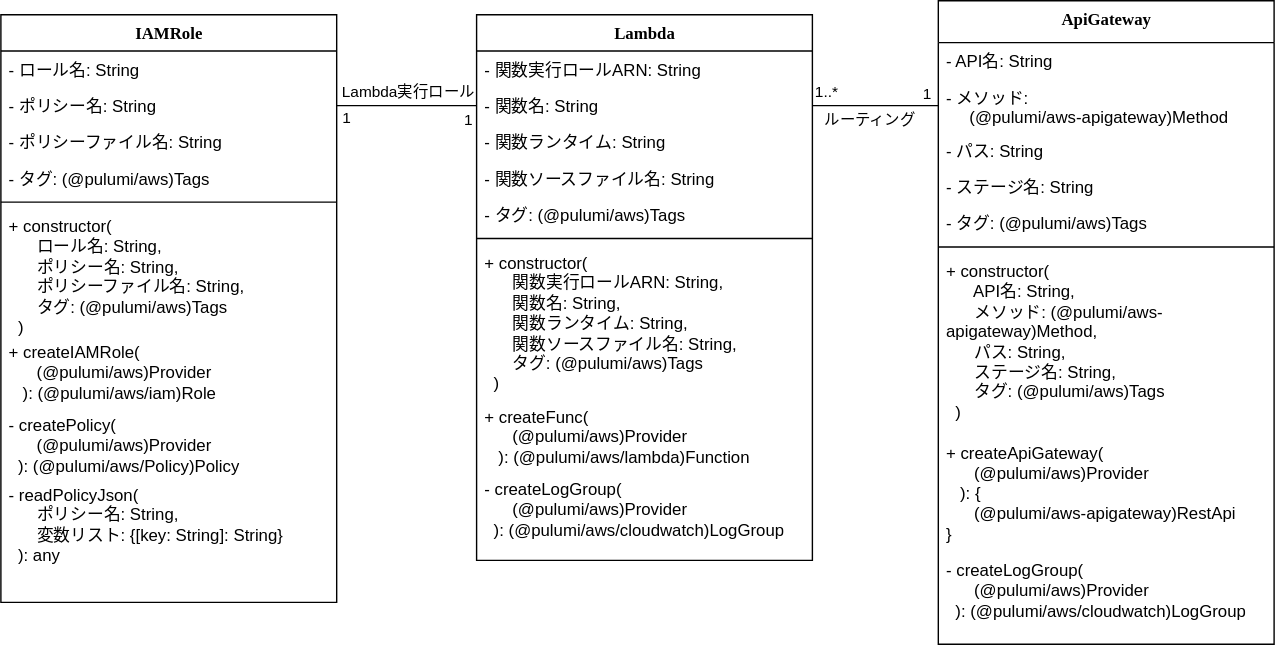
This is .docs/PicToTextInfraClass.drawio.svg from takata-kento/InfraPicToTxt, a draw.io export, as it was before one commit. Source tidied: cells renumbered, new cells last; positions are measured from the earlier drawing's top-left corner, leaving out a move shared by most shapes.
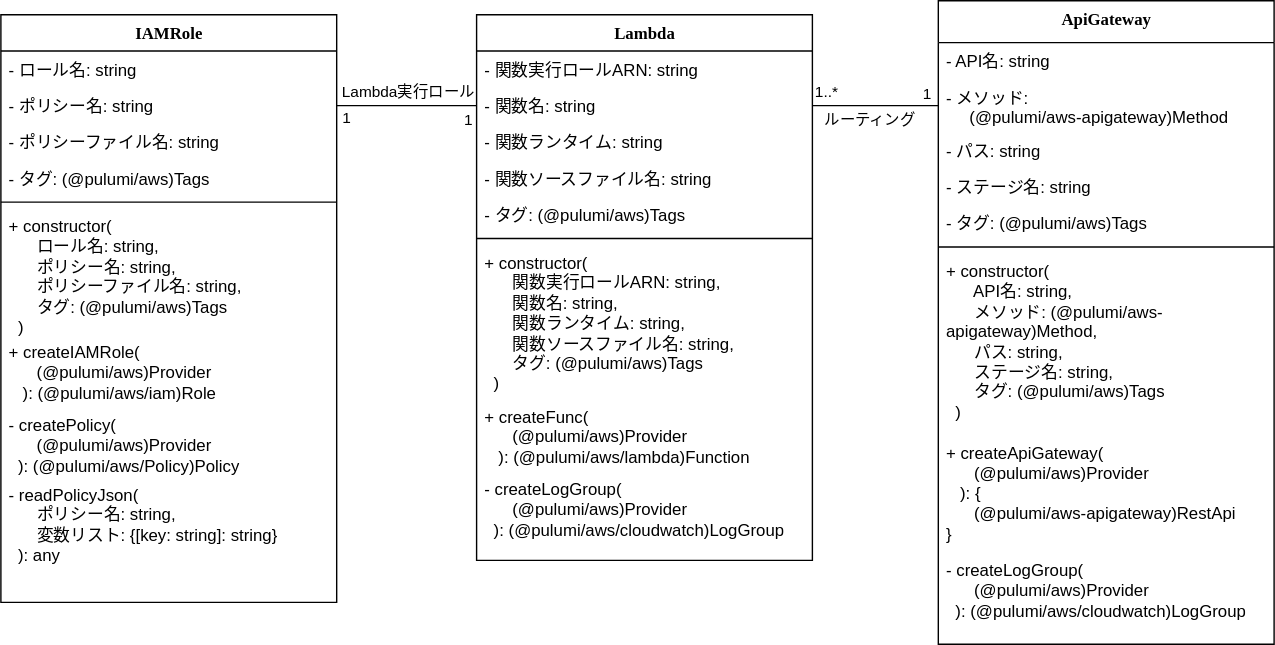
After the commit.

Commit message:
String型になっていたものをすべてstring型に変更

What changed in the source:
```diff
@@ -5,16 +5,16 @@
     <mxCell id="2" value="Lambda" style="swimlane;html=1;fontStyle=1;align=center;verticalAlign=top;horizontal=1;startSize=26;swimlaneFillColor=#ffffff;rounded=0;shadow=0;comic=0;labelBackgroundColor=none;strokeWidth=1;fillColor=none;fontFamily=Verdana;fontSize=12;" parent="1" vertex="1">
       <mxGeometry x="340" y="10" width="240" height="390" as="geometry" />
     </mxCell>
-    <mxCell id="3" value="- 関数実行ロールARN: String" style="text;html=1;strokeColor=none;fillColor=none;align=left;verticalAlign=top;spacingLeft=4;spacingRight=4;whiteSpace=wrap;overflow=hidden;" parent="2" vertex="1">
+    <mxCell id="3" value="- 関数実行ロールARN: string" style="text;html=1;strokeColor=none;fillColor=none;align=left;verticalAlign=top;spacingLeft=4;spacingRight=4;whiteSpace=wrap;overflow=hidden;" parent="2" vertex="1">
       <mxGeometry y="26" width="240" height="26" as="geometry" />
     </mxCell>
-    <mxCell id="4" value="- 関数名: String" style="text;html=1;strokeColor=none;fillColor=none;align=left;verticalAlign=top;spacingLeft=4;spacingRight=4;whiteSpace=wrap;overflow=hidden;points=[[0,0.5],[1,0.5]];portConstraint=eastwest;" parent="2" vertex="1">
+    <mxCell id="4" value="- 関数名: string" style="text;html=1;strokeColor=none;fillColor=none;align=left;verticalAlign=top;spacingLeft=4;spacingRight=4;whiteSpace=wrap;overflow=hidden;points=[[0,0.5],[1,0.5]];portConstraint=eastwest;" parent="2" vertex="1">
       <mxGeometry y="52" width="240" height="26" as="geometry" />
     </mxCell>
-    <mxCell id="5" value="- 関数ランタイム: String" style="text;html=1;strokeColor=none;fillColor=none;align=left;verticalAlign=top;spacingLeft=4;spacingRight=4;whiteSpace=wrap;overflow=hidden;" parent="2" vertex="1">
+    <mxCell id="5" value="- 関数ランタイム: string" style="text;html=1;strokeColor=none;fillColor=none;align=left;verticalAlign=top;spacingLeft=4;spacingRight=4;whiteSpace=wrap;overflow=hidden;" parent="2" vertex="1">
       <mxGeometry y="78" width="240" height="26" as="geometry" />
     </mxCell>
-    <mxCell id="6" value="- 関数ソースファイル名: String" style="text;html=1;strokeColor=none;fillColor=none;align=left;verticalAlign=top;spacingLeft=4;spacingRight=4;whiteSpace=wrap;overflow=hidden;" parent="2" vertex="1">
+    <mxCell id="6" value="- 関数ソースファイル名: string" style="text;html=1;strokeColor=none;fillColor=none;align=left;verticalAlign=top;spacingLeft=4;spacingRight=4;whiteSpace=wrap;overflow=hidden;" parent="2" vertex="1">
       <mxGeometry y="104" width="240" height="26" as="geometry" />
     </mxCell>
     <mxCell id="7" value="- タグ: (@pulumi/aws)Tags" style="text;html=1;strokeColor=none;fillColor=none;align=left;verticalAlign=top;spacingLeft=4;spacingRight=4;whiteSpace=wrap;overflow=hidden;" parent="2" vertex="1">
@@ -23,7 +23,7 @@
     <mxCell id="8" style="line;html=1;strokeWidth=1;fillColor=none;align=left;verticalAlign=middle;spacingTop=-1;spacingLeft=3;spacingRight=3;labelPosition=right;" parent="2" vertex="1">
       <mxGeometry y="156" width="240" height="8" as="geometry" />
     </mxCell>
-    <mxCell id="9" value="+ constructor(&lt;div&gt;&amp;nbsp; &amp;nbsp; &amp;nbsp; 関数実行ロールARN: String,&lt;/div&gt;&lt;div&gt;&amp;nbsp; &amp;nbsp; &amp;nbsp; 関数名: String,&lt;/div&gt;&lt;div&gt;&amp;nbsp; &amp;nbsp; &amp;nbsp; 関数ランタイム: String,&lt;/div&gt;&lt;div&gt;&amp;nbsp; &amp;nbsp; &amp;nbsp; 関数ソースファイル名: String,&lt;br&gt;&lt;/div&gt;&lt;div&gt;&amp;nbsp; &amp;nbsp; &amp;nbsp; タグ:&amp;nbsp;&lt;span style=&quot;background-color: initial;&quot;&gt;(@pulumi/aws)Tags&lt;/span&gt;&lt;/div&gt;&lt;div&gt;&amp;nbsp; )&lt;/div&gt;" style="text;html=1;strokeColor=none;fillColor=none;align=left;verticalAlign=top;spacingLeft=4;spacingRight=4;whiteSpace=wrap;overflow=hidden;" parent="2" vertex="1">
+    <mxCell id="9" value="+ constructor(&lt;div&gt;&amp;nbsp; &amp;nbsp; &amp;nbsp; 関数実行ロールARN: string,&lt;/div&gt;&lt;div&gt;&amp;nbsp; &amp;nbsp; &amp;nbsp; 関数名: string,&lt;/div&gt;&lt;div&gt;&amp;nbsp; &amp;nbsp; &amp;nbsp; 関数ランタイム: string,&lt;/div&gt;&lt;div&gt;&amp;nbsp; &amp;nbsp; &amp;nbsp; 関数ソースファイル名: string,&lt;br&gt;&lt;/div&gt;&lt;div&gt;&amp;nbsp; &amp;nbsp; &amp;nbsp; タグ:&amp;nbsp;&lt;span style=&quot;background-color: initial;&quot;&gt;(@pulumi/aws)Tags&lt;/span&gt;&lt;/div&gt;&lt;div&gt;&amp;nbsp; )&lt;/div&gt;" style="text;html=1;strokeColor=none;fillColor=none;align=left;verticalAlign=top;spacingLeft=4;spacingRight=4;whiteSpace=wrap;overflow=hidden;" parent="2" vertex="1">
       <mxGeometry y="164" width="240" height="110" as="geometry" />
     </mxCell>
     <mxCell id="10" value="+ createFunc(&lt;div&gt;&amp;nbsp; &amp;nbsp; &amp;nbsp; (@pulumi/aws)Provider&lt;/div&gt;&lt;div&gt;&amp;nbsp; &amp;nbsp;): (@pulumi/aws/lambda)Function&lt;/div&gt;" style="text;html=1;strokeColor=none;fillColor=none;align=left;verticalAlign=top;spacingLeft=4;spacingRight=4;whiteSpace=wrap;overflow=hidden;" parent="2" vertex="1">
@@ -45,16 +45,16 @@
     <mxCell id="14" value="&lt;div&gt;ApiGateway&lt;/div&gt;" style="swimlane;html=1;fontStyle=1;align=center;verticalAlign=top;horizontal=1;startSize=30;swimlaneFillColor=#ffffff;rounded=0;shadow=0;comic=0;labelBackgroundColor=none;strokeWidth=1;fillColor=none;fontFamily=Verdana;fontSize=12;" parent="1" vertex="1">
       <mxGeometry x="670" width="240" height="460" as="geometry" />
     </mxCell>
-    <mxCell id="15" value="- API名: String" style="text;html=1;strokeColor=none;fillColor=none;align=left;verticalAlign=top;spacingLeft=4;spacingRight=4;whiteSpace=wrap;overflow=hidden;" parent="14" vertex="1">
+    <mxCell id="15" value="- API名: string" style="text;html=1;strokeColor=none;fillColor=none;align=left;verticalAlign=top;spacingLeft=4;spacingRight=4;whiteSpace=wrap;overflow=hidden;" parent="14" vertex="1">
       <mxGeometry y="30" width="240" height="26" as="geometry" />
     </mxCell>
     <mxCell id="16" value="- メソッド:&lt;div&gt;&amp;nbsp; &amp;nbsp; &amp;nbsp;(@pulumi/aws-apigateway)Method&lt;/div&gt;" style="text;html=1;strokeColor=none;fillColor=none;align=left;verticalAlign=top;spacingLeft=4;spacingRight=4;whiteSpace=wrap;overflow=hidden;points=[[0,0.5],[1,0.5]];portConstraint=eastwest;" parent="14" vertex="1">
       <mxGeometry y="56" width="240" height="38" as="geometry" />
     </mxCell>
-    <mxCell id="17" value="- パス: String" style="text;html=1;strokeColor=none;fillColor=none;align=left;verticalAlign=top;spacingLeft=4;spacingRight=4;whiteSpace=wrap;overflow=hidden;" parent="14" vertex="1">
+    <mxCell id="17" value="- パス: string" style="text;html=1;strokeColor=none;fillColor=none;align=left;verticalAlign=top;spacingLeft=4;spacingRight=4;whiteSpace=wrap;overflow=hidden;" parent="14" vertex="1">
       <mxGeometry y="94" width="240" height="26" as="geometry" />
     </mxCell>
-    <mxCell id="18" value="- ステージ名: String" style="text;html=1;strokeColor=none;fillColor=none;align=left;verticalAlign=top;spacingLeft=4;spacingRight=4;whiteSpace=wrap;overflow=hidden;" parent="14" vertex="1">
+    <mxCell id="18" value="- ステージ名: string" style="text;html=1;strokeColor=none;fillColor=none;align=left;verticalAlign=top;spacingLeft=4;spacingRight=4;whiteSpace=wrap;overflow=hidden;" parent="14" vertex="1">
       <mxGeometry y="120" width="240" height="26" as="geometry" />
     </mxCell>
     <mxCell id="19" value="- タグ: (@pulumi/aws)Tags" style="text;html=1;strokeColor=none;fillColor=none;align=left;verticalAlign=top;spacingLeft=4;spacingRight=4;whiteSpace=wrap;overflow=hidden;" parent="14" vertex="1">
@@ -63,7 +63,7 @@
     <mxCell id="20" style="line;html=1;strokeWidth=1;fillColor=none;align=left;verticalAlign=middle;spacingTop=-1;spacingLeft=3;spacingRight=3;labelPosition=right;" parent="14" vertex="1">
       <mxGeometry y="172" width="240" height="8" as="geometry" />
     </mxCell>
-    <mxCell id="21" value="+ constructor(&lt;div&gt;&amp;nbsp; &amp;nbsp; &amp;nbsp; API名: String,&lt;/div&gt;&lt;div&gt;&amp;nbsp; &amp;nbsp; &amp;nbsp; メソッド: (@pulumi/aws-apigateway)Method,&lt;/div&gt;&lt;div&gt;&amp;nbsp; &amp;nbsp; &amp;nbsp; パス: String,&lt;/div&gt;&lt;div&gt;&amp;nbsp; &amp;nbsp; &amp;nbsp; ステージ名: String,&lt;br&gt;&lt;/div&gt;&lt;div&gt;&amp;nbsp; &amp;nbsp; &amp;nbsp; タグ:&amp;nbsp;&lt;span style=&quot;background-color: initial;&quot;&gt;(@pulumi/aws)Tags&lt;/span&gt;&lt;/div&gt;&lt;div&gt;&amp;nbsp; )&lt;/div&gt;" style="text;html=1;strokeColor=none;fillColor=none;align=left;verticalAlign=top;spacingLeft=4;spacingRight=4;whiteSpace=wrap;overflow=hidden;" parent="14" vertex="1">
+    <mxCell id="21" value="+ constructor(&lt;div&gt;&amp;nbsp; &amp;nbsp; &amp;nbsp; API名: string,&lt;/div&gt;&lt;div&gt;&amp;nbsp; &amp;nbsp; &amp;nbsp; メソッド: (@pulumi/aws-apigateway)Method,&lt;/div&gt;&lt;div&gt;&amp;nbsp; &amp;nbsp; &amp;nbsp; パス: string,&lt;/div&gt;&lt;div&gt;&amp;nbsp; &amp;nbsp; &amp;nbsp; ステージ名: string,&lt;br&gt;&lt;/div&gt;&lt;div&gt;&amp;nbsp; &amp;nbsp; &amp;nbsp; タグ:&amp;nbsp;&lt;span style=&quot;background-color: initial;&quot;&gt;(@pulumi/aws)Tags&lt;/span&gt;&lt;/div&gt;&lt;div&gt;&amp;nbsp; )&lt;/div&gt;" style="text;html=1;strokeColor=none;fillColor=none;align=left;verticalAlign=top;spacingLeft=4;spacingRight=4;whiteSpace=wrap;overflow=hidden;" parent="14" vertex="1">
       <mxGeometry y="180" width="240" height="130" as="geometry" />
     </mxCell>
     <mxCell id="22" value="+ createApiGateway(&lt;div&gt;&amp;nbsp; &amp;nbsp; &amp;nbsp; (@pulumi/aws)Provider&lt;/div&gt;&lt;div&gt;&amp;nbsp; &amp;nbsp;): {&lt;/div&gt;&lt;div&gt;&amp;nbsp; &amp;nbsp; &amp;nbsp; (@pulumi/aws-apigateway)RestApi&lt;/div&gt;&lt;div&gt;&lt;span style=&quot;background-color: initial;&quot;&gt;}&lt;/span&gt;&lt;/div&gt;" style="text;html=1;strokeColor=none;fillColor=none;align=left;verticalAlign=top;spacingLeft=4;spacingRight=4;whiteSpace=wrap;overflow=hidden;" parent="14" vertex="1">
@@ -93,13 +93,13 @@
     <mxCell id="28" value="IAMRole" style="swimlane;html=1;fontStyle=1;align=center;verticalAlign=top;horizontal=1;startSize=26;swimlaneFillColor=#ffffff;rounded=0;shadow=0;comic=0;labelBackgroundColor=none;strokeWidth=1;fillColor=none;fontFamily=Verdana;fontSize=12;" parent="1" vertex="1">
       <mxGeometry y="10" width="240" height="420" as="geometry" />
     </mxCell>
-    <mxCell id="29" value="- ロール名: String" style="text;html=1;strokeColor=none;fillColor=none;align=left;verticalAlign=top;spacingLeft=4;spacingRight=4;whiteSpace=wrap;overflow=hidden;" parent="28" vertex="1">
+    <mxCell id="29" value="- ロール名: string" style="text;html=1;strokeColor=none;fillColor=none;align=left;verticalAlign=top;spacingLeft=4;spacingRight=4;whiteSpace=wrap;overflow=hidden;" parent="28" vertex="1">
       <mxGeometry y="26" width="240" height="26" as="geometry" />
     </mxCell>
-    <mxCell id="30" value="- ポリシー名: String" style="text;html=1;strokeColor=none;fillColor=none;align=left;verticalAlign=top;spacingLeft=4;spacingRight=4;whiteSpace=wrap;overflow=hidden;points=[[0,0.5],[1,0.5]];portConstraint=eastwest;" parent="28" vertex="1">
+    <mxCell id="30" value="- ポリシー名: string" style="text;html=1;strokeColor=none;fillColor=none;align=left;verticalAlign=top;spacingLeft=4;spacingRight=4;whiteSpace=wrap;overflow=hidden;points=[[0,0.5],[1,0.5]];portConstraint=eastwest;" parent="28" vertex="1">
       <mxGeometry y="52" width="240" height="26" as="geometry" />
     </mxCell>
-    <mxCell id="31" value="- ポリシーファイル名:&amp;nbsp;&lt;span style=&quot;background-color: initial;&quot;&gt;String&lt;/span&gt;" style="text;html=1;strokeColor=none;fillColor=none;align=left;verticalAlign=top;spacingLeft=4;spacingRight=4;whiteSpace=wrap;overflow=hidden;" parent="28" vertex="1">
+    <mxCell id="31" value="- ポリシーファイル名: s&lt;span style=&quot;background-color: initial;&quot;&gt;tring&lt;/span&gt;" style="text;html=1;strokeColor=none;fillColor=none;align=left;verticalAlign=top;spacingLeft=4;spacingRight=4;whiteSpace=wrap;overflow=hidden;" parent="28" vertex="1">
       <mxGeometry y="78" width="240" height="26" as="geometry" />
     </mxCell>
     <mxCell id="32" value="- タグ: (@pulumi/aws)Tags" style="text;html=1;strokeColor=none;fillColor=none;align=left;verticalAlign=top;spacingLeft=4;spacingRight=4;whiteSpace=wrap;overflow=hidden;" parent="28" vertex="1">
@@ -108,7 +108,7 @@
     <mxCell id="33" style="line;html=1;strokeWidth=1;fillColor=none;align=left;verticalAlign=middle;spacingTop=-1;spacingLeft=3;spacingRight=3;labelPosition=right;" parent="28" vertex="1">
       <mxGeometry y="130" width="240" height="8" as="geometry" />
     </mxCell>
-    <mxCell id="34" value="+ constructor(&lt;div&gt;&amp;nbsp; &amp;nbsp; &amp;nbsp; ロール名: String,&lt;/div&gt;&lt;div&gt;&amp;nbsp; &amp;nbsp; &amp;nbsp; ポリシー名: String,&lt;/div&gt;&lt;div&gt;&amp;nbsp; &amp;nbsp; &amp;nbsp; ポリシーファイル名: String,&lt;/div&gt;&lt;div&gt;&amp;nbsp; &amp;nbsp; &amp;nbsp; タグ:&amp;nbsp;&lt;span style=&quot;background-color: initial;&quot;&gt;(@pulumi/aws)Tags&lt;/span&gt;&lt;/div&gt;&lt;div&gt;&amp;nbsp; )&lt;/div&gt;" style="text;html=1;strokeColor=none;fillColor=none;align=left;verticalAlign=top;spacingLeft=4;spacingRight=4;whiteSpace=wrap;overflow=hidden;" parent="28" vertex="1">
+    <mxCell id="34" value="+ constructor(&lt;div&gt;&amp;nbsp; &amp;nbsp; &amp;nbsp; ロール名: string,&lt;/div&gt;&lt;div&gt;&amp;nbsp; &amp;nbsp; &amp;nbsp; ポリシー名: string,&lt;/div&gt;&lt;div&gt;&amp;nbsp; &amp;nbsp; &amp;nbsp; ポリシーファイル名: string,&lt;/div&gt;&lt;div&gt;&amp;nbsp; &amp;nbsp; &amp;nbsp; タグ:&amp;nbsp;&lt;span style=&quot;background-color: initial;&quot;&gt;(@pulumi/aws)Tags&lt;/span&gt;&lt;/div&gt;&lt;div&gt;&amp;nbsp; )&lt;/div&gt;" style="text;html=1;strokeColor=none;fillColor=none;align=left;verticalAlign=top;spacingLeft=4;spacingRight=4;whiteSpace=wrap;overflow=hidden;" parent="28" vertex="1">
       <mxGeometry y="138" width="240" height="90" as="geometry" />
     </mxCell>
     <mxCell id="35" value="+ createIAMRole(&lt;div&gt;&amp;nbsp; &amp;nbsp; &amp;nbsp; (@pulumi/aws)Provider&lt;/div&gt;&lt;div&gt;&amp;nbsp; &amp;nbsp;): (@pulumi/aws/iam)Role&lt;/div&gt;" style="text;html=1;strokeColor=none;fillColor=none;align=left;verticalAlign=top;spacingLeft=4;spacingRight=4;whiteSpace=wrap;overflow=hidden;" parent="28" vertex="1">
@@ -117,7 +117,7 @@
     <mxCell id="36" value="- createPolicy(&lt;div&gt;&amp;nbsp; &amp;nbsp; &amp;nbsp; (@pulumi/aws)Provider&lt;/div&gt;&lt;div&gt;&amp;nbsp; ):&amp;nbsp;&lt;span style=&quot;background-color: initial;&quot;&gt;(@pulumi/aws/Policy)Policy&lt;/span&gt;&lt;/div&gt;" style="text;html=1;strokeColor=none;fillColor=none;align=left;verticalAlign=top;spacingLeft=4;spacingRight=4;whiteSpace=wrap;overflow=hidden;" parent="28" vertex="1">
       <mxGeometry y="280" width="240" height="50" as="geometry" />
     </mxCell>
-    <mxCell id="37" value="- readPolicyJson(&lt;div&gt;&amp;nbsp; &amp;nbsp; &amp;nbsp; ポリシー名: String,&lt;/div&gt;&lt;div&gt;&lt;span style=&quot;background-color: initial;&quot;&gt;&amp;nbsp; &amp;nbsp; &amp;nbsp; 変数リスト: {[key: String]: String}&lt;/span&gt;&lt;/div&gt;&lt;div&gt;&lt;span style=&quot;background-color: initial;&quot;&gt;&amp;nbsp; ): any&lt;/span&gt;&lt;/div&gt;" style="text;html=1;strokeColor=none;fillColor=none;align=left;verticalAlign=top;spacingLeft=4;spacingRight=4;whiteSpace=wrap;overflow=hidden;" parent="28" vertex="1">
+    <mxCell id="37" value="- readPolicyJson(&lt;div&gt;&amp;nbsp; &amp;nbsp; &amp;nbsp; ポリシー名: string,&lt;/div&gt;&lt;div&gt;&lt;span style=&quot;background-color: initial;&quot;&gt;&amp;nbsp; &amp;nbsp; &amp;nbsp; 変数リスト: {[key: string]: string}&lt;/span&gt;&lt;/div&gt;&lt;div&gt;&lt;span style=&quot;background-color: initial;&quot;&gt;&amp;nbsp; ): any&lt;/span&gt;&lt;/div&gt;" style="text;html=1;strokeColor=none;fillColor=none;align=left;verticalAlign=top;spacingLeft=4;spacingRight=4;whiteSpace=wrap;overflow=hidden;" parent="28" vertex="1">
       <mxGeometry y="330" width="240" height="70" as="geometry" />
     </mxCell>
     <mxCell id="38" style="endArrow=none;html=1;rounded=0;exitX=1;exitY=0.5;exitDx=0;exitDy=0;entryX=0;entryY=0.5;entryDx=0;entryDy=0;" parent="1" edge="1" source="30" target="4">
```
